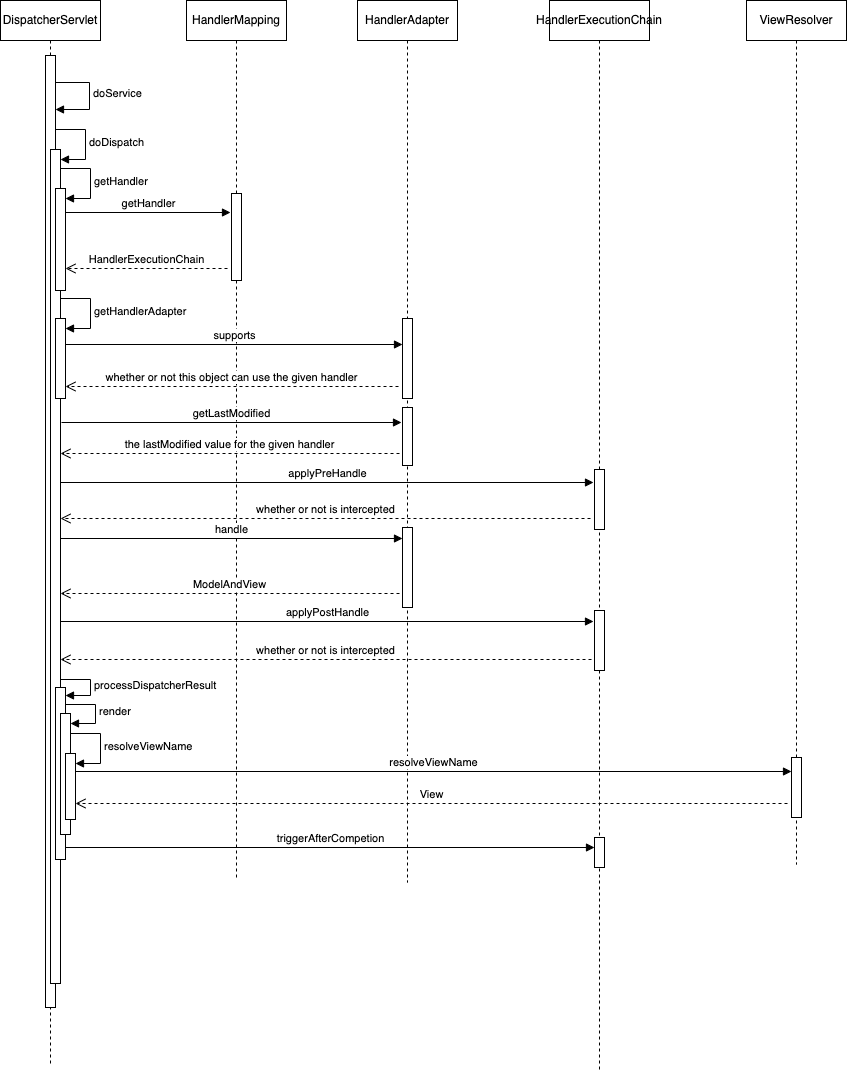
This is static/img/SpringMVC调用时序图.png from LL1105/myblog, a draw.io export, as it was before one commit. Source tidied: cells renumbered, new cells last; positions are measured from the earlier drawing's top-left corner, leaving out a move shared by most shapes.
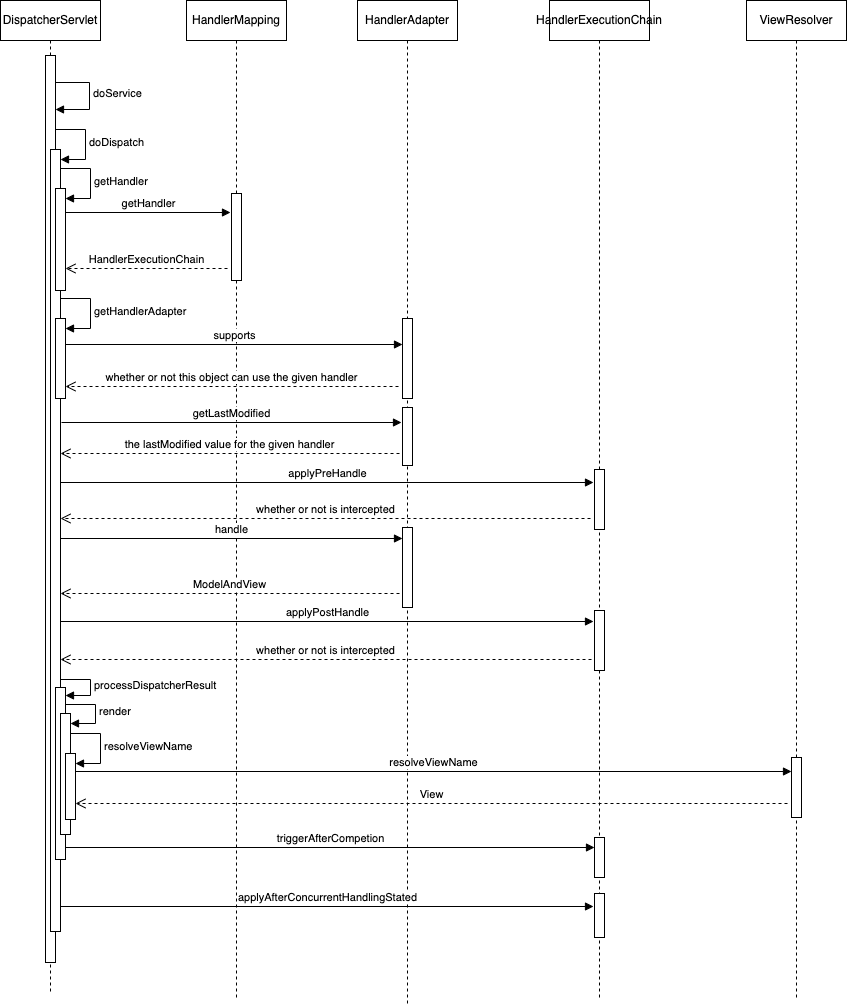
Later version of the same file.

Commit message:
更新SpringMVC调用时序图.png

Change to the diagram source:
```diff
@@ -3,10 +3,10 @@
     <mxCell id="0" />
     <mxCell id="1" parent="0" />
     <mxCell id="2" value="DispatcherServlet" style="shape=umlLifeline;perimeter=lifelinePerimeter;whiteSpace=wrap;html=1;newEdgeStyle={&quot;curved&quot;:0,&quot;rounded&quot;:0};" parent="1" vertex="1">
-      <mxGeometry width="100" height="1063" as="geometry" />
+      <mxGeometry width="100" height="994" as="geometry" />
     </mxCell>
     <mxCell id="3" style="html=1;points=[[0,0,0,0,5],[0,1,0,0,-5],[1,0,0,0,5],[1,1,0,0,-5]];perimeter=orthogonalPerimeter;outlineConnect=0;targetShapes=umlLifeline;portConstraint=eastwest;newEdgeStyle={&quot;curved&quot;:0,&quot;rounded&quot;:0};" parent="2" vertex="1">
-      <mxGeometry x="45" y="55" width="10" height="952" as="geometry" />
+      <mxGeometry x="45" y="55" width="10" height="907" as="geometry" />
     </mxCell>
     <mxCell id="4" value="doService" style="html=1;align=left;spacingLeft=2;endArrow=block;rounded=0;edgeStyle=orthogonalEdgeStyle;curved=0;rounded=0;" parent="2" edge="1" target="3">
       <mxGeometry relative="1" as="geometry">
@@ -19,7 +19,7 @@
       </mxGeometry>
     </mxCell>
     <mxCell id="5" style="html=1;points=[[0,0,0,0,5],[0,1,0,0,-5],[1,0,0,0,5],[1,1,0,0,-5]];perimeter=orthogonalPerimeter;outlineConnect=0;targetShapes=umlLifeline;portConstraint=eastwest;newEdgeStyle={&quot;curved&quot;:0,&quot;rounded&quot;:0};" parent="2" vertex="1">
-      <mxGeometry x="50" y="149" width="10" height="834" as="geometry" />
+      <mxGeometry x="50" y="149" width="10" height="782" as="geometry" />
     </mxCell>
     <mxCell id="6" value="doDispatch" style="html=1;align=left;spacingLeft=2;endArrow=block;rounded=0;edgeStyle=orthogonalEdgeStyle;curved=0;rounded=0;" parent="2" edge="1" target="5">
       <mxGeometry relative="1" as="geometry">
@@ -87,7 +87,7 @@
       </mxGeometry>
     </mxCell>
     <mxCell id="17" value="HandlerMapping" style="shape=umlLifeline;perimeter=lifelinePerimeter;whiteSpace=wrap;html=1;newEdgeStyle={&quot;curved&quot;:0,&quot;rounded&quot;:0};" parent="1" vertex="1">
-      <mxGeometry x="186" width="100" height="877" as="geometry" />
+      <mxGeometry x="186" width="100" height="997" as="geometry" />
     </mxCell>
     <mxCell id="18" style="html=1;perimeter=orthogonalPerimeter;targetShapes=umlLifeline;newEdgeStyle={&quot;curved&quot;:0,&quot;rounded&quot;:0};" parent="17" vertex="1">
       <mxGeometry x="45" y="193" width="10" height="87" as="geometry" />
@@ -103,7 +103,7 @@
       </mxGeometry>
     </mxCell>
     <mxCell id="21" value="HandlerAdapter" style="shape=umlLifeline;perimeter=lifelinePerimeter;whiteSpace=wrap;html=1;newEdgeStyle={&quot;curved&quot;:0,&quot;rounded&quot;:0};" parent="1" vertex="1">
-      <mxGeometry x="357" width="100" height="882" as="geometry" />
+      <mxGeometry x="357" width="100" height="1003" as="geometry" />
     </mxCell>
     <mxCell id="22" style="html=1;points=[[0,0,0,0,5],[0,1,0,0,-5],[1,0,0,0,5],[1,1,0,0,-5]];perimeter=orthogonalPerimeter;outlineConnect=0;targetShapes=umlLifeline;portConstraint=eastwest;newEdgeStyle={&quot;curved&quot;:0,&quot;rounded&quot;:0};" parent="21" vertex="1">
       <mxGeometry x="45" y="318" width="10" height="80" as="geometry" />
@@ -149,7 +149,7 @@
       </mxGeometry>
     </mxCell>
     <mxCell id="31" value="HandlerExecutionChain" style="shape=umlLifeline;perimeter=lifelinePerimeter;whiteSpace=wrap;html=1;newEdgeStyle={&quot;curved&quot;:0,&quot;rounded&quot;:0};" parent="1" vertex="1">
-      <mxGeometry x="549" width="100" height="1069" as="geometry" />
+      <mxGeometry x="549" width="100" height="1000" as="geometry" />
     </mxCell>
     <mxCell id="32" style="html=1;perimeter=orthogonalPerimeter;targetShapes=umlLifeline;newEdgeStyle={&quot;curved&quot;:0,&quot;rounded&quot;:0};" parent="31" vertex="1">
       <mxGeometry x="45" y="469" width="10" height="60" as="geometry" />
@@ -158,8 +158,11 @@
       <mxGeometry x="45" y="610" width="10" height="60" as="geometry" />
     </mxCell>
     <mxCell id="34" style="html=1;perimeter=orthogonalPerimeter;targetShapes=umlLifeline;newEdgeStyle={&quot;curved&quot;:0,&quot;rounded&quot;:0};" parent="31" vertex="1">
-      <mxGeometry x="45" y="837" width="10" height="30" as="geometry" />
+      <mxGeometry x="45" y="837" width="10" height="40" as="geometry" />
     </mxCell>
+    <mxCell id="44" style="html=1;perimeter=orthogonalPerimeter;targetShapes=umlLifeline;newEdgeStyle={&quot;curved&quot;:0,&quot;rounded&quot;:0};" parent="31" vertex="1">
+      <mxGeometry x="45" y="893" width="10" height="44" as="geometry" />
+    </mxCell>
     <mxCell id="35" value="applyPreHandle" style="html=1;verticalAlign=bottom;endArrow=block;curved=0;rounded=0;" parent="1" edge="1">
       <mxGeometry relative="1" as="geometry">
         <mxPoint x="60" y="482" as="sourcePoint" />
@@ -182,7 +185,7 @@
       </mxGeometry>
     </mxCell>
     <mxCell id="39" value="ViewResolver" style="shape=umlLifeline;perimeter=lifelinePerimeter;whiteSpace=wrap;html=1;newEdgeStyle={&quot;curved&quot;:0,&quot;rounded&quot;:0};" parent="1" vertex="1">
-      <mxGeometry x="746" width="100" height="864" as="geometry" />
+      <mxGeometry x="746" width="100" height="1000" as="geometry" />
     </mxCell>
     <mxCell id="40" style="html=1;perimeter=orthogonalPerimeter;targetShapes=umlLifeline;newEdgeStyle={&quot;curved&quot;:0,&quot;rounded&quot;:0};" parent="39" vertex="1">
       <mxGeometry x="45" y="757" width="10" height="60" as="geometry" />
@@ -203,5 +206,10 @@
         <mxPoint x="594" y="847" as="targetPoint" />
       </mxGeometry>
     </mxCell>
+    <mxCell id="45" value="applyAfterConcurrentHandlingStated" style="html=1;verticalAlign=bottom;endArrow=block;curved=0;rounded=0;" parent="1" edge="1" source="5">
+      <mxGeometry relative="1" as="geometry">
+        <mxPoint x="593" y="906" as="targetPoint" />
+      </mxGeometry>
+    </mxCell>
   </root>
 </mxGraphModel>
```
